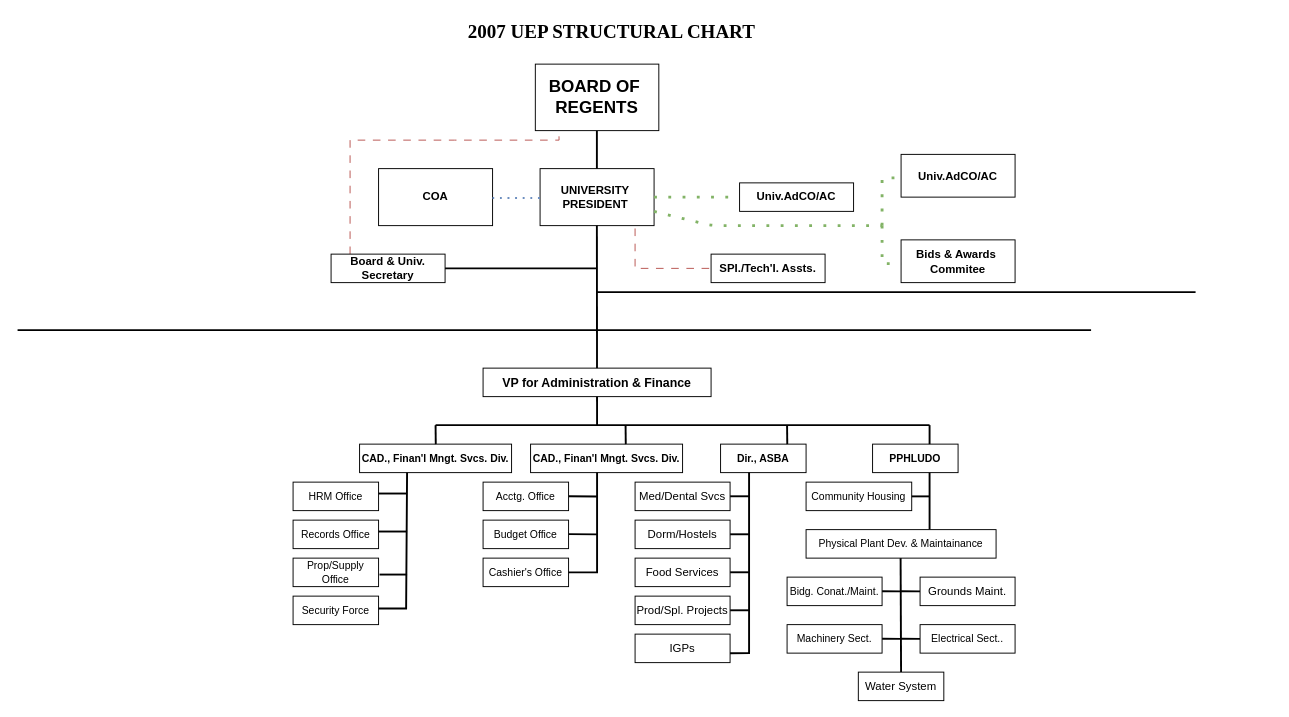
Earlier version of the draw.io diagram ICT.drawio (VCODERN/draw.io). Source tidied: cells renumbered, new cells numbered last; positions are measured from the earlier drawing's top-left corner, leaving out a move shared by most shapes. Both pictures are drawn from the tidied source at 95%, with x=0, y=0 at pixel (17, 16).
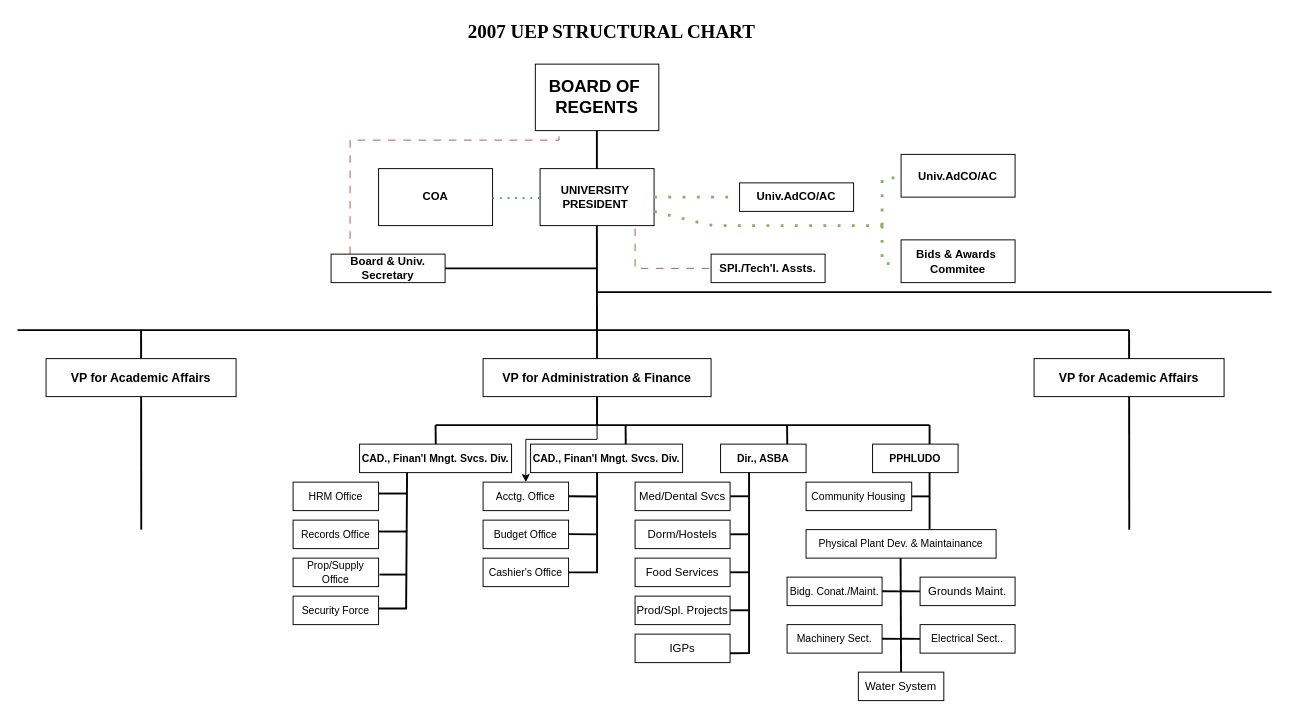
After the change.

Unchanged cells that the change refers to:
```xml
<mxCell id="34" value="&lt;span style=&quot;font-size: 11px;&quot;&gt;Acctg. Office&lt;/span&gt;" style="whiteSpace=wrap;html=1;rounded=0;" parent="1" vertex="1">
  <mxGeometry x="490" y="490" width="90" height="30" as="geometry" />
</mxCell>
```

The edit, as a diff of the source:
```diff
@@
     <mxCell id="21" style="endArrow=none;html=1;rounded=0;fontSize=12;startSize=8;endSize=8;curved=1;strokeWidth=2;exitX=1;exitY=0.5;exitDx=0;exitDy=0;" parent="1" edge="1">
       <mxGeometry relative="1" as="geometry">
         <mxPoint x="610" y="290" as="sourcePoint" />
-        <mxPoint x="1240" y="290" as="targetPoint" />
+        <mxPoint x="1320" y="290" as="targetPoint" />
       </mxGeometry>
     </mxCell>
     <mxCell id="22" style="endArrow=none;html=1;rounded=0;fontSize=12;startSize=8;endSize=8;curved=1;strokeWidth=2;" parent="1" edge="1">
       <mxGeometry relative="1" as="geometry">
         <mxPoint y="330" as="sourcePoint" />
-        <mxPoint x="1130" y="330" as="targetPoint" />
+        <mxPoint x="1170" y="330" as="targetPoint" />
       </mxGeometry>
     </mxCell>
+    <mxCell id="70" style="edgeStyle=orthogonalEdgeStyle;rounded=0;jettySize=auto;html=1;" parent="1" edge="1" source="23" target="34">
+      <mxGeometry relative="1" as="geometry" />
+    </mxCell>
     <mxCell id="23" value="&lt;b&gt;&lt;font style=&quot;font-size: 13px;&quot;&gt;VP for Administration &amp;amp; Finance&lt;/font&gt;&lt;/b&gt;" style="whiteSpace=wrap;html=1;rounded=0;" parent="1" vertex="1">
-      <mxGeometry x="490" y="370" width="240" height="30" as="geometry" />
+      <mxGeometry x="490" y="360" width="240" height="40" as="geometry" />
     </mxCell>
@@
+    <mxCell id="71" style="endArrow=none;html=1;rounded=0;fontSize=12;startSize=8;endSize=8;curved=1;entryX=0.5;entryY=1;entryDx=0;entryDy=0;strokeWidth=2;" parent="1" edge="1">
+      <mxGeometry relative="1" as="geometry">
+        <mxPoint x="130.2" y="540" as="sourcePoint" />
+        <mxPoint x="130" y="330" as="targetPoint" />
+      </mxGeometry>
+    </mxCell>
+    <mxCell id="72" value="&lt;span style=&quot;font-size: 13px;&quot;&gt;&lt;b&gt;VP for Academic Affairs&lt;/b&gt;&lt;/span&gt;" style="whiteSpace=wrap;html=1;rounded=0;" parent="1" vertex="1">
+      <mxGeometry x="30" y="360" width="200" height="40" as="geometry" />
+    </mxCell>
+    <mxCell id="73" style="endArrow=none;html=1;rounded=0;fontSize=12;startSize=8;endSize=8;curved=1;entryX=0.5;entryY=1;entryDx=0;entryDy=0;strokeWidth=2;" parent="1" edge="1">
+      <mxGeometry relative="1" as="geometry">
+        <mxPoint x="1170.2" y="540" as="sourcePoint" />
+        <mxPoint x="1170" y="330" as="targetPoint" />
+      </mxGeometry>
+    </mxCell>
+    <mxCell id="74" value="&lt;span style=&quot;font-size: 13px;&quot;&gt;&lt;b&gt;VP for Academic Affairs&lt;/b&gt;&lt;/span&gt;" style="whiteSpace=wrap;html=1;rounded=0;" parent="1" vertex="1">
+      <mxGeometry x="1070" y="360" width="200" height="40" as="geometry" />
+    </mxCell>
```
